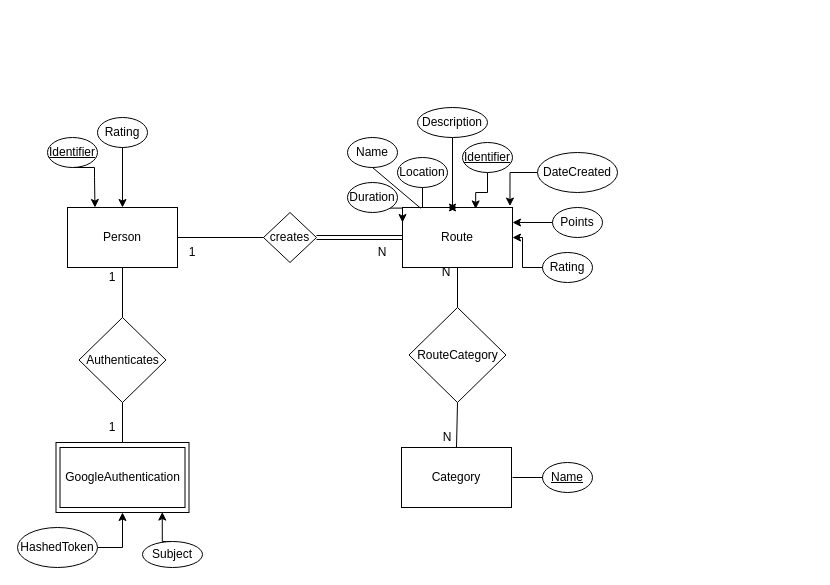
Above: final-report/images/project-structure/DBMS - ER Diagram.drawio in baltasarb/social-routing (draw.io), before the change. Source tidied: cells renumbered, new cells numbered last; positions are measured from the earlier drawing's top-left corner, leaving out a move shared by most shapes. Both pictures are drawn from the tidied source at 100%, with x=0, y=0 at pixel (17, 107).
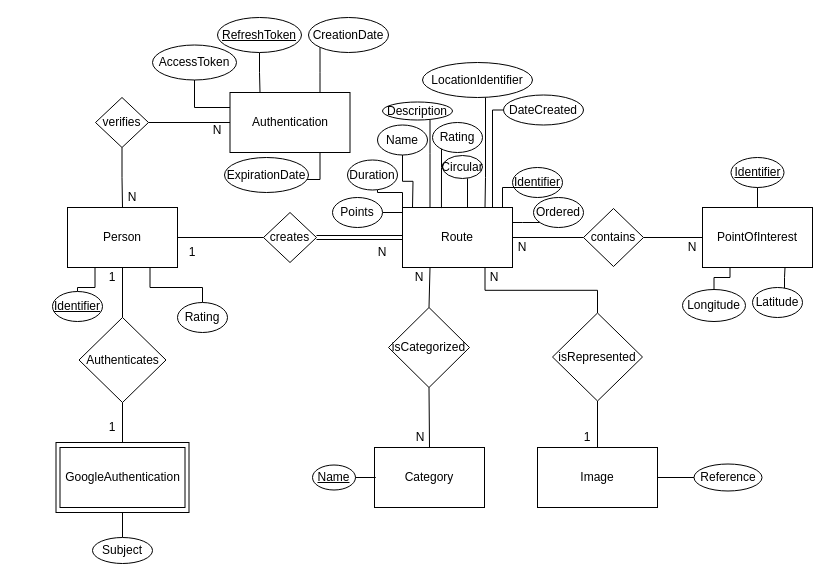
The same diagram, later.

Unchanged cells that the change refers to:
```xml
<mxCell id="2" style="rounded=0;whiteSpace=wrap;html=1;" parent="1" vertex="1">
  <mxGeometry x="38.5" y="335" width="133" height="70" as="geometry" />
</mxCell>
<mxCell id="3" value="Route" style="rounded=0;whiteSpace=wrap;html=1;" parent="1" vertex="1">
  <mxGeometry x="385" y="100" width="110" height="60" as="geometry" />
</mxCell>
<mxCell id="4" value="Person" style="rounded=0;whiteSpace=wrap;html=1;" parent="1" vertex="1">
  <mxGeometry x="50" y="100" width="110" height="60" as="geometry" />
</mxCell>
<mxCell id="10" value="creates&lt;br&gt;" style="rhombus;whiteSpace=wrap;html=1;" parent="1" vertex="1">
  <mxGeometry x="246" y="105" width="53" height="50" as="geometry" />
</mxCell>
```

Change to the diagram source:
```diff
@@
+    <mxCell id="48" style="edgeStyle=orthogonalEdgeStyle;rounded=0;jettySize=auto;html=1;entryX=0;entryY=0.5;entryDx=0;entryDy=0;endArrow=none;endFill=0;" parent="1" edge="1" source="3" target="64">
+      <mxGeometry relative="1" as="geometry" />
+    </mxCell>
+    <mxCell id="49" style="edgeStyle=orthogonalEdgeStyle;rounded=0;jettySize=auto;html=1;exitX=0.75;exitY=1;exitDx=0;exitDy=0;entryX=0.5;entryY=0;entryDx=0;entryDy=0;endArrow=none;endFill=0;" parent="1" edge="1" source="3" target="73">
+      <mxGeometry relative="1" as="geometry" />
+    </mxCell>
@@
     <mxCell id="5" value="Category" style="rounded=0;whiteSpace=wrap;html=1;" parent="1" vertex="1">
-      <mxGeometry x="384" y="340" width="110" height="60" as="geometry" />
+      <mxGeometry x="357" y="340" width="110" height="60" as="geometry" />
     </mxCell>
-    <mxCell id="6" style="edgeStyle=orthogonalEdgeStyle;rounded=0;jettySize=auto;html=1;exitX=0.5;exitY=1;exitDx=0;exitDy=0;entryX=0.5;entryY=0;entryDx=0;entryDy=0;" parent="1" edge="1" source="7" target="4">
-      <mxGeometry relative="1" as="geometry" />
+    <mxCell id="6" style="edgeStyle=orthogonalEdgeStyle;rounded=0;jettySize=auto;html=1;entryX=0.75;entryY=1;entryDx=0;entryDy=0;endArrow=none;endFill=0;" parent="1" edge="1" source="7" target="4">
+      <mxGeometry relative="1" as="geometry">
+        <Array as="points">
+          <mxPoint x="185" y="180" />
+          <mxPoint x="132" y="180" />
+        </Array>
+      </mxGeometry>
     </mxCell>
     <mxCell id="7" value="Rating" style="ellipse;whiteSpace=wrap;html=1;" parent="1" vertex="1">
-      <mxGeometry x="80" y="10" width="50" height="30" as="geometry" />
+      <mxGeometry x="160" y="195" width="50" height="30" as="geometry" />
     </mxCell>
-    <mxCell id="8" style="edgeStyle=orthogonalEdgeStyle;rounded=0;jettySize=auto;html=1;entryX=0.25;entryY=0;entryDx=0;entryDy=0;exitX=0.5;exitY=1;exitDx=0;exitDy=0;" parent="1" edge="1" source="9" target="4">
+    <mxCell id="8" style="edgeStyle=orthogonalEdgeStyle;rounded=0;jettySize=auto;html=1;entryX=0.25;entryY=1;entryDx=0;entryDy=0;endArrow=none;endFill=0;" parent="1" edge="1" source="9" target="4">
       <mxGeometry relative="1" as="geometry">
         <Array as="points">
-          <mxPoint x="77" y="60" />
-          <mxPoint x="77" y="70" />
+          <mxPoint x="60" y="180" />
+          <mxPoint x="77" y="180" />
         </Array>
       </mxGeometry>
     </mxCell>
     <mxCell id="9" value="Identifier" style="ellipse;whiteSpace=wrap;html=1;fontStyle=4;" parent="1" vertex="1">
-      <mxGeometry x="30" y="30" width="50" height="30" as="geometry" />
+      <mxGeometry x="35" y="184" width="50" height="30" as="geometry" />
     </mxCell>
@@
-    <mxCell id="12" style="endArrow=none;html=1;exitX=1;exitY=0.5;exitDx=0;exitDy=0;shape=link;" parent="1" edge="1" source="10">
+    <mxCell id="12" style="endArrow=none;html=1;shape=link;exitX=1;exitY=0.5;exitDx=0;exitDy=0;" parent="1" edge="1" source="10">
       <mxGeometry relative="1" as="geometry">
         <mxPoint x="385" y="130" as="targetPoint" />
       </mxGeometry>
     </mxCell>
@@
-    <mxCell id="15" style="edgeStyle=orthogonalEdgeStyle;rounded=0;jettySize=auto;html=1;entryX=0.665;entryY=0.024;entryDx=0;entryDy=0;entryPerimeter=0;" parent="1" edge="1" source="16" target="3">
-      <mxGeometry relative="1" as="geometry" />
+    <mxCell id="15" style="edgeStyle=orthogonalEdgeStyle;rounded=0;jettySize=auto;html=1;entryX=0.75;entryY=0;entryDx=0;entryDy=0;endArrow=none;endFill=0;" parent="1" edge="1" source="16" target="3">
+      <mxGeometry relative="1" as="geometry">
+        <Array as="points">
+          <mxPoint x="485" y="80" />
+          <mxPoint x="485" y="100" />
+        </Array>
+      </mxGeometry>
     </mxCell>
     <mxCell id="16" value="Identifier" style="ellipse;whiteSpace=wrap;html=1;fontStyle=4;" parent="1" vertex="1">
-      <mxGeometry x="445" y="35" width="50" height="30" as="geometry" />
+      <mxGeometry x="495" y="60" width="50" height="30" as="geometry" />
     </mxCell>
-    <mxCell id="17" style="edgeStyle=orthogonalEdgeStyle;rounded=0;jettySize=auto;html=1;exitX=0.5;exitY=1;exitDx=0;exitDy=0;" parent="1" edge="1" source="18" target="3">
-      <mxGeometry relative="1" as="geometry" />
+    <mxCell id="17" style="edgeStyle=orthogonalEdgeStyle;rounded=0;jettySize=auto;html=1;entryX=0.75;entryY=0;entryDx=0;entryDy=0;endArrow=none;endFill=0;" parent="1" edge="1" source="18" target="3">
+      <mxGeometry relative="1" as="geometry">
+        <Array as="points">
+          <mxPoint x="468" y="70" />
+          <mxPoint x="468" y="70" />
+        </Array>
+      </mxGeometry>
     </mxCell>
-    <mxCell id="18" value="Location" style="ellipse;whiteSpace=wrap;html=1;" parent="1" vertex="1">
-      <mxGeometry x="380" y="50" width="50" height="30" as="geometry" />
+    <mxCell id="18" value="LocationIdentifier" style="ellipse;whiteSpace=wrap;html=1;" parent="1" vertex="1">
+      <mxGeometry x="405" y="-45" width="110" height="35" as="geometry" />
     </mxCell>
+    <mxCell id="50" style="edgeStyle=orthogonalEdgeStyle;rounded=0;jettySize=auto;html=1;endArrow=none;endFill=0;" parent="1" edge="1" source="19">
+      <mxGeometry relative="1" as="geometry">
+        <mxPoint x="395" y="100" as="targetPoint" />
+      </mxGeometry>
+    </mxCell>
     <mxCell id="19" value="Name" style="ellipse;whiteSpace=wrap;html=1;" parent="1" vertex="1">
-      <mxGeometry x="330" y="30" width="50" height="30" as="geometry" />
+      <mxGeometry x="360" y="17.5" width="50" height="30" as="geometry" />
     </mxCell>
-    <mxCell id="20" style="edgeStyle=orthogonalEdgeStyle;rounded=0;jettySize=auto;html=1;exitX=0.5;exitY=1;exitDx=0;exitDy=0;" parent="1" edge="1" source="21">
-      <mxGeometry relative="1" as="geometry">
-        <mxPoint x="430" y="100" as="targetPoint" />
-        <Array as="points">
-          <mxPoint x="435" y="100" />
-        </Array>
-      </mxGeometry>
-    </mxCell>
+    <mxCell id="51" style="edgeStyle=orthogonalEdgeStyle;rounded=0;jettySize=auto;html=1;entryX=0.25;entryY=0;entryDx=0;entryDy=0;endArrow=none;endFill=0;" parent="1" edge="1" source="21" target="3">
+      <mxGeometry relative="1" as="geometry">
+        <Array as="points">
+          <mxPoint x="413" y="46" />
+        </Array>
+      </mxGeometry>
+    </mxCell>
     <mxCell id="21" value="Description" style="ellipse;whiteSpace=wrap;html=1;" parent="1" vertex="1">
-      <mxGeometry x="400" width="70" height="30" as="geometry" />
+      <mxGeometry x="365" y="-5.5" width="70" height="18" as="geometry" />
     </mxCell>
-    <mxCell id="22" style="edgeStyle=orthogonalEdgeStyle;rounded=0;jettySize=auto;html=1;" parent="1" edge="1" source="23" target="3">
-      <mxGeometry relative="1" as="geometry" />
+    <mxCell id="22" style="edgeStyle=orthogonalEdgeStyle;rounded=0;jettySize=auto;html=1;entryX=0.354;entryY=0.01;entryDx=0;entryDy=0;entryPerimeter=0;endArrow=none;endFill=0;" parent="1" edge="1" source="23" target="3">
+      <mxGeometry relative="1" as="geometry">
+        <Array as="points">
+          <mxPoint x="424" y="60" />
+          <mxPoint x="424" y="60" />
+        </Array>
+      </mxGeometry>
     </mxCell>
     <mxCell id="23" value="Rating" style="ellipse;whiteSpace=wrap;html=1;" parent="1" vertex="1">
-      <mxGeometry x="525" y="145" width="50" height="30" as="geometry" />
+      <mxGeometry x="415" y="15" width="50" height="30" as="geometry" />
     </mxCell>
-    <mxCell id="24" style="edgeStyle=orthogonalEdgeStyle;rounded=0;jettySize=auto;html=1;exitX=1;exitY=1;exitDx=0;exitDy=0;entryX=0;entryY=0.25;entryDx=0;entryDy=0;" parent="1" edge="1" source="25" target="3">
-      <mxGeometry relative="1" as="geometry" />
+    <mxCell id="24" style="edgeStyle=orthogonalEdgeStyle;rounded=0;jettySize=auto;html=1;entryX=0.25;entryY=0;entryDx=0;entryDy=0;endArrow=none;endFill=0;" parent="1" edge="1" source="25" target="3">
+      <mxGeometry relative="1" as="geometry">
+        <Array as="points">
+          <mxPoint x="360" y="85" />
+          <mxPoint x="385" y="85" />
+          <mxPoint x="385" y="100" />
+        </Array>
+      </mxGeometry>
     </mxCell>
     <mxCell id="25" value="Duration" style="ellipse;whiteSpace=wrap;html=1;" parent="1" vertex="1">
-      <mxGeometry x="330" y="75" width="50" height="30" as="geometry" />
+      <mxGeometry x="330" y="52.5" width="50" height="30" as="geometry" />
     </mxCell>
-    <mxCell id="26" style="edgeStyle=orthogonalEdgeStyle;rounded=0;jettySize=auto;html=1;entryX=0.977;entryY=-0.024;entryDx=0;entryDy=0;entryPerimeter=0;" parent="1" edge="1" source="27" target="3">
-      <mxGeometry relative="1" as="geometry" />
-    </mxCell>
+    <mxCell id="52" style="edgeStyle=orthogonalEdgeStyle;rounded=0;jettySize=auto;html=1;endArrow=none;endFill=0;" parent="1" edge="1" source="27">
+      <mxGeometry relative="1" as="geometry">
+        <mxPoint x="475" y="100" as="targetPoint" />
+        <Array as="points">
+          <mxPoint x="475" y="2" />
+        </Array>
+      </mxGeometry>
+    </mxCell>
     <mxCell id="27" value="DateCreated" style="ellipse;whiteSpace=wrap;html=1;" parent="1" vertex="1">
-      <mxGeometry x="520" y="45" width="80" height="40" as="geometry" />
+      <mxGeometry x="486" y="-12.5" width="80" height="30" as="geometry" />
     </mxCell>
-    <mxCell id="28" style="edgeStyle=orthogonalEdgeStyle;rounded=0;jettySize=auto;html=1;entryX=1;entryY=0.25;entryDx=0;entryDy=0;" parent="1" edge="1" source="29" target="3">
+    <mxCell id="28" style="edgeStyle=orthogonalEdgeStyle;rounded=0;jettySize=auto;html=1;entryX=-0.005;entryY=0.21;entryDx=0;entryDy=0;entryPerimeter=0;endArrow=none;endFill=0;" parent="1" edge="1" source="29" target="3">
       <mxGeometry relative="1" as="geometry" />
     </mxCell>
     <mxCell id="29" value="Points" style="ellipse;whiteSpace=wrap;html=1;" parent="1" vertex="1">
-      <mxGeometry x="535" y="100" width="50" height="30" as="geometry" />
+      <mxGeometry x="315" y="90" width="50" height="30" as="geometry" />
     </mxCell>
-    <mxCell id="30" style="endArrow=none;html=1;entryX=0.5;entryY=1;entryDx=0;entryDy=0;exitX=0.165;exitY=0.012;exitDx=0;exitDy=0;exitPerimeter=0;" parent="1" edge="1" source="3" target="19">
-      <mxGeometry relative="1" as="geometry" />
-    </mxCell>
-    <mxCell id="31" style="endArrow=none;html=1;entryX=0.5;entryY=1;entryDx=0;entryDy=0;exitX=0.5;exitY=0;exitDx=0;exitDy=0;" parent="1" edge="1" source="35" target="3">
+    <mxCell id="31" style="endArrow=none;html=1;entryX=0.25;entryY=1;entryDx=0;entryDy=0;exitX=0.5;exitY=0;exitDx=0;exitDy=0;" parent="1" edge="1" source="35" target="3">
       <mxGeometry relative="1" as="geometry" />
     </mxCell>
     <mxCell id="32" value="N" style="text;html=1;strokeColor=none;fillColor=none;align=center;verticalAlign=middle;whiteSpace=wrap;rounded=0;" parent="1" vertex="1">
-      <mxGeometry x="419" y="155" width="20" height="20" as="geometry" />
+      <mxGeometry x="495" y="130" width="20" height="20" as="geometry" />
     </mxCell>
     <mxCell id="33" value="N" style="text;html=1;strokeColor=none;fillColor=none;align=center;verticalAlign=middle;whiteSpace=wrap;rounded=0;" parent="1" vertex="1">
-      <mxGeometry x="420" y="320" width="20" height="20" as="geometry" />
+      <mxGeometry x="392.5" y="320" width="20" height="20" as="geometry" />
     </mxCell>
+    <mxCell id="53" style="edgeStyle=orthogonalEdgeStyle;rounded=0;jettySize=auto;html=1;entryX=0;entryY=0.5;entryDx=0;entryDy=0;endArrow=none;endFill=0;" parent="1" edge="1" source="34" target="5">
+      <mxGeometry relative="1" as="geometry" />
+    </mxCell>
     <mxCell id="34" value="Name" style="ellipse;whiteSpace=wrap;html=1;fontStyle=4;" parent="1" vertex="1">
-      <mxGeometry x="525" y="355" width="50" height="30" as="geometry" />
+      <mxGeometry x="295" y="357.5" width="43" height="25" as="geometry" />
     </mxCell>
-    <mxCell id="35" value="RouteCategory&lt;br&gt;" style="rhombus;whiteSpace=wrap;html=1;" parent="1" vertex="1">
-      <mxGeometry x="391.5" y="200" width="97" height="95" as="geometry" />
+    <mxCell id="35" value="isCategorized" style="rhombus;whiteSpace=wrap;html=1;" parent="1" vertex="1">
+      <mxGeometry x="371" y="200" width="81" height="80" as="geometry" />
     </mxCell>
@@
-    <mxCell id="37" style="endArrow=none;html=1;exitX=0;exitY=0.5;exitDx=0;exitDy=0;" parent="1" edge="1" source="34">
-      <mxGeometry relative="1" as="geometry">
-        <mxPoint x="495" y="370" as="targetPoint" />
-      </mxGeometry>
-    </mxCell>
@@
-    <mxCell id="44" style="edgeStyle=orthogonalEdgeStyle;rounded=0;jettySize=auto;html=1;exitX=1;exitY=0.5;exitDx=0;exitDy=0;entryX=0.5;entryY=1;entryDx=0;entryDy=0;" parent="1" edge="1" source="45" target="2">
-      <mxGeometry relative="1" as="geometry" />
-    </mxCell>
-    <mxCell id="45" value="HashedToken" style="ellipse;whiteSpace=wrap;html=1;" parent="1" vertex="1">
-      <mxGeometry y="420" width="80" height="40" as="geometry" />
-    </mxCell>
-    <mxCell id="46" style="edgeStyle=orthogonalEdgeStyle;rounded=0;jettySize=auto;html=1;exitX=0.5;exitY=0;exitDx=0;exitDy=0;entryX=0.799;entryY=0.994;entryDx=0;entryDy=0;entryPerimeter=0;" parent="1" edge="1" source="47" target="2">
+    <mxCell id="46" style="edgeStyle=orthogonalEdgeStyle;rounded=0;jettySize=auto;html=1;entryX=0.5;entryY=1;entryDx=0;entryDy=0;endArrow=none;endFill=0;" parent="1" edge="1" source="47" target="2">
       <mxGeometry relative="1" as="geometry" />
     </mxCell>
     <mxCell id="47" value="Subject" style="ellipse;whiteSpace=wrap;html=1;fontStyle=0;" parent="1" vertex="1">
-      <mxGeometry x="125" y="434" width="60" height="26" as="geometry" />
+      <mxGeometry x="75" y="430" width="60" height="26" as="geometry" />
     </mxCell>
+    <mxCell id="54" style="edgeStyle=orthogonalEdgeStyle;rounded=0;jettySize=auto;html=1;entryX=1;entryY=0.5;entryDx=0;entryDy=0;endArrow=none;endFill=0;" parent="1" edge="1" source="55" target="64">
+      <mxGeometry relative="1" as="geometry" />
+    </mxCell>
+    <mxCell id="55" value="PointOfInterest" style="rounded=0;whiteSpace=wrap;html=1;" parent="1" vertex="1">
+      <mxGeometry x="685" y="100" width="110" height="60" as="geometry" />
+    </mxCell>
+    <mxCell id="56" style="edgeStyle=orthogonalEdgeStyle;rounded=0;jettySize=auto;html=1;entryX=1;entryY=0.5;entryDx=0;entryDy=0;endArrow=none;endFill=0;" parent="1" edge="1" source="57" target="79">
+      <mxGeometry relative="1" as="geometry" />
+    </mxCell>
+    <mxCell id="57" value="Authentication" style="rounded=0;whiteSpace=wrap;html=1;" parent="1" vertex="1">
+      <mxGeometry x="212.5" y="-15" width="120" height="60" as="geometry" />
+    </mxCell>
+    <mxCell id="58" style="edgeStyle=orthogonalEdgeStyle;rounded=0;jettySize=auto;html=1;exitX=0.5;exitY=0;exitDx=0;exitDy=0;entryX=0.5;entryY=1;entryDx=0;entryDy=0;endArrow=none;endFill=0;" parent="1" edge="1" source="59" target="73">
+      <mxGeometry relative="1" as="geometry" />
+    </mxCell>
+    <mxCell id="59" value="Image" style="rounded=0;whiteSpace=wrap;html=1;" parent="1" vertex="1">
+      <mxGeometry x="520" y="340" width="120" height="60" as="geometry" />
+    </mxCell>
+    <mxCell id="60" style="edgeStyle=orthogonalEdgeStyle;rounded=0;jettySize=auto;html=1;endArrow=none;endFill=0;" parent="1" edge="1" source="61">
+      <mxGeometry relative="1" as="geometry">
+        <mxPoint x="475" y="100" as="targetPoint" />
+        <Array as="points">
+          <mxPoint x="450" y="100" />
+        </Array>
+      </mxGeometry>
+    </mxCell>
+    <mxCell id="61" value="Circular" style="ellipse;whiteSpace=wrap;html=1;" parent="1" vertex="1">
+      <mxGeometry x="425" y="48" width="40" height="23" as="geometry" />
+    </mxCell>
+    <mxCell id="62" style="edgeStyle=orthogonalEdgeStyle;rounded=0;jettySize=auto;html=1;entryX=1;entryY=0.25;entryDx=0;entryDy=0;endArrow=none;endFill=0;" parent="1" edge="1" source="63" target="3">
+      <mxGeometry relative="1" as="geometry">
+        <Array as="points">
+          <mxPoint x="505" y="115" />
+          <mxPoint x="505" y="115" />
+        </Array>
+      </mxGeometry>
+    </mxCell>
+    <mxCell id="63" value="Ordered" style="ellipse;whiteSpace=wrap;html=1;" parent="1" vertex="1">
+      <mxGeometry x="516" y="90" width="50" height="30" as="geometry" />
+    </mxCell>
+    <mxCell id="64" value="contains" style="rhombus;whiteSpace=wrap;html=1;" parent="1" vertex="1">
+      <mxGeometry x="566" y="101" width="60" height="58" as="geometry" />
+    </mxCell>
+    <mxCell id="65" value="N" style="text;html=1;strokeColor=none;fillColor=none;align=center;verticalAlign=middle;whiteSpace=wrap;rounded=0;" parent="1" vertex="1">
+      <mxGeometry x="392" y="160" width="20" height="20" as="geometry" />
+    </mxCell>
+    <mxCell id="66" value="N" style="text;html=1;strokeColor=none;fillColor=none;align=center;verticalAlign=middle;whiteSpace=wrap;rounded=0;" parent="1" vertex="1">
+      <mxGeometry x="665" y="130" width="20" height="20" as="geometry" />
+    </mxCell>
+    <mxCell id="67" style="edgeStyle=orthogonalEdgeStyle;rounded=0;jettySize=auto;html=1;entryX=0.5;entryY=0;entryDx=0;entryDy=0;endArrow=none;endFill=0;" parent="1" edge="1" source="68" target="55">
+      <mxGeometry relative="1" as="geometry" />
+    </mxCell>
+    <mxCell id="68" value="Identifier" style="ellipse;whiteSpace=wrap;html=1;fontStyle=4;" parent="1" vertex="1">
+      <mxGeometry x="713.5" y="50" width="53" height="30" as="geometry" />
+    </mxCell>
+    <mxCell id="69" style="edgeStyle=orthogonalEdgeStyle;rounded=0;jettySize=auto;html=1;entryX=0.75;entryY=1;entryDx=0;entryDy=0;endArrow=none;endFill=0;" parent="1" edge="1" source="70" target="55">
+      <mxGeometry relative="1" as="geometry">
+        <Array as="points">
+          <mxPoint x="767" y="170" />
+          <mxPoint x="767" y="170" />
+        </Array>
+      </mxGeometry>
+    </mxCell>
+    <mxCell id="70" value="Latitude" style="ellipse;whiteSpace=wrap;html=1;" parent="1" vertex="1">
+      <mxGeometry x="735" y="180" width="50" height="30" as="geometry" />
+    </mxCell>
+    <mxCell id="71" style="edgeStyle=orthogonalEdgeStyle;rounded=0;jettySize=auto;html=1;entryX=0.25;entryY=1;entryDx=0;entryDy=0;endArrow=none;endFill=0;" parent="1" edge="1" source="72" target="55">
+      <mxGeometry relative="1" as="geometry">
+        <Array as="points">
+          <mxPoint x="696" y="170" />
+          <mxPoint x="713" y="170" />
+        </Array>
+      </mxGeometry>
+    </mxCell>
+    <mxCell id="72" value="Longitude" style="ellipse;whiteSpace=wrap;html=1;" parent="1" vertex="1">
+      <mxGeometry x="665" y="182" width="63" height="32" as="geometry" />
+    </mxCell>
+    <mxCell id="73" value="isRepresented" style="rhombus;whiteSpace=wrap;html=1;" parent="1" vertex="1">
+      <mxGeometry x="535" y="205.5" width="90" height="88" as="geometry" />
+    </mxCell>
+    <mxCell id="74" style="edgeStyle=orthogonalEdgeStyle;rounded=0;jettySize=auto;html=1;entryX=1;entryY=0.5;entryDx=0;entryDy=0;endArrow=none;endFill=0;" parent="1" edge="1" source="75" target="59">
+      <mxGeometry relative="1" as="geometry" />
+    </mxCell>
+    <mxCell id="75" value="Reference" style="ellipse;whiteSpace=wrap;html=1;" parent="1" vertex="1">
+      <mxGeometry x="676.5" y="356.5" width="68" height="27" as="geometry" />
+    </mxCell>
+    <mxCell id="76" value="N" style="text;html=1;strokeColor=none;fillColor=none;align=center;verticalAlign=middle;whiteSpace=wrap;rounded=0;" parent="1" vertex="1">
+      <mxGeometry x="467" y="160" width="20" height="20" as="geometry" />
+    </mxCell>
+    <mxCell id="77" value="1" style="text;html=1;strokeColor=none;fillColor=none;align=center;verticalAlign=middle;whiteSpace=wrap;rounded=0;" parent="1" vertex="1">
+      <mxGeometry x="560" y="320" width="20" height="20" as="geometry" />
+    </mxCell>
+    <mxCell id="78" style="edgeStyle=orthogonalEdgeStyle;rounded=0;jettySize=auto;html=1;entryX=0.5;entryY=0;entryDx=0;entryDy=0;endArrow=none;endFill=0;" parent="1" edge="1" source="79" target="4">
+      <mxGeometry relative="1" as="geometry" />
+    </mxCell>
+    <mxCell id="79" value="verifies" style="rhombus;whiteSpace=wrap;html=1;" parent="1" vertex="1">
+      <mxGeometry x="78" y="-10" width="53" height="50" as="geometry" />
+    </mxCell>
+    <mxCell id="80" style="edgeStyle=orthogonalEdgeStyle;rounded=0;jettySize=auto;html=1;entryX=0.75;entryY=0;entryDx=0;entryDy=0;endArrow=none;endFill=0;" parent="1" edge="1" source="81" target="57">
+      <mxGeometry relative="1" as="geometry">
+        <Array as="points">
+          <mxPoint x="303" y="-35" />
+        </Array>
+      </mxGeometry>
+    </mxCell>
+    <mxCell id="81" value="CreationDate" style="ellipse;whiteSpace=wrap;html=1;" parent="1" vertex="1">
+      <mxGeometry x="291" y="-90" width="80" height="35" as="geometry" />
+    </mxCell>
+    <mxCell id="82" style="edgeStyle=orthogonalEdgeStyle;rounded=0;jettySize=auto;html=1;entryX=0;entryY=0.25;entryDx=0;entryDy=0;endArrow=none;endFill=0;" parent="1" edge="1" source="83" target="57">
+      <mxGeometry relative="1" as="geometry" />
+    </mxCell>
+    <mxCell id="83" value="AccessToken" style="ellipse;whiteSpace=wrap;html=1;" parent="1" vertex="1">
+      <mxGeometry x="135" y="-62.5" width="84" height="35" as="geometry" />
+    </mxCell>
+    <mxCell id="84" style="edgeStyle=orthogonalEdgeStyle;rounded=0;jettySize=auto;html=1;entryX=0.75;entryY=1;entryDx=0;entryDy=0;endArrow=none;endFill=0;" parent="1" edge="1" source="85" target="57">
+      <mxGeometry relative="1" as="geometry">
+        <Array as="points">
+          <mxPoint x="303" y="72" />
+        </Array>
+      </mxGeometry>
+    </mxCell>
+    <mxCell id="85" value="ExpirationDate" style="ellipse;whiteSpace=wrap;html=1;" parent="1" vertex="1">
+      <mxGeometry x="207" y="50" width="84" height="35" as="geometry" />
+    </mxCell>
+    <mxCell id="86" style="edgeStyle=orthogonalEdgeStyle;rounded=0;jettySize=auto;html=1;entryX=0.25;entryY=0;entryDx=0;entryDy=0;endArrow=none;endFill=0;" parent="1" edge="1" source="87" target="57">
+      <mxGeometry relative="1" as="geometry" />
+    </mxCell>
+    <mxCell id="87" value="RefreshToken" style="ellipse;whiteSpace=wrap;html=1;fontStyle=4;" parent="1" vertex="1">
+      <mxGeometry x="200" y="-90" width="84" height="35" as="geometry" />
+    </mxCell>
+    <mxCell id="88" value="N" style="text;html=1;strokeColor=none;fillColor=none;align=center;verticalAlign=middle;whiteSpace=wrap;rounded=0;" parent="1" vertex="1">
+      <mxGeometry x="104.5" y="80" width="20" height="20" as="geometry" />
+    </mxCell>
+    <mxCell id="89" value="N" style="text;html=1;strokeColor=none;fillColor=none;align=center;verticalAlign=middle;whiteSpace=wrap;rounded=0;" parent="1" vertex="1">
+      <mxGeometry x="190" y="12.5" width="20" height="20" as="geometry" />
+    </mxCell>
```
